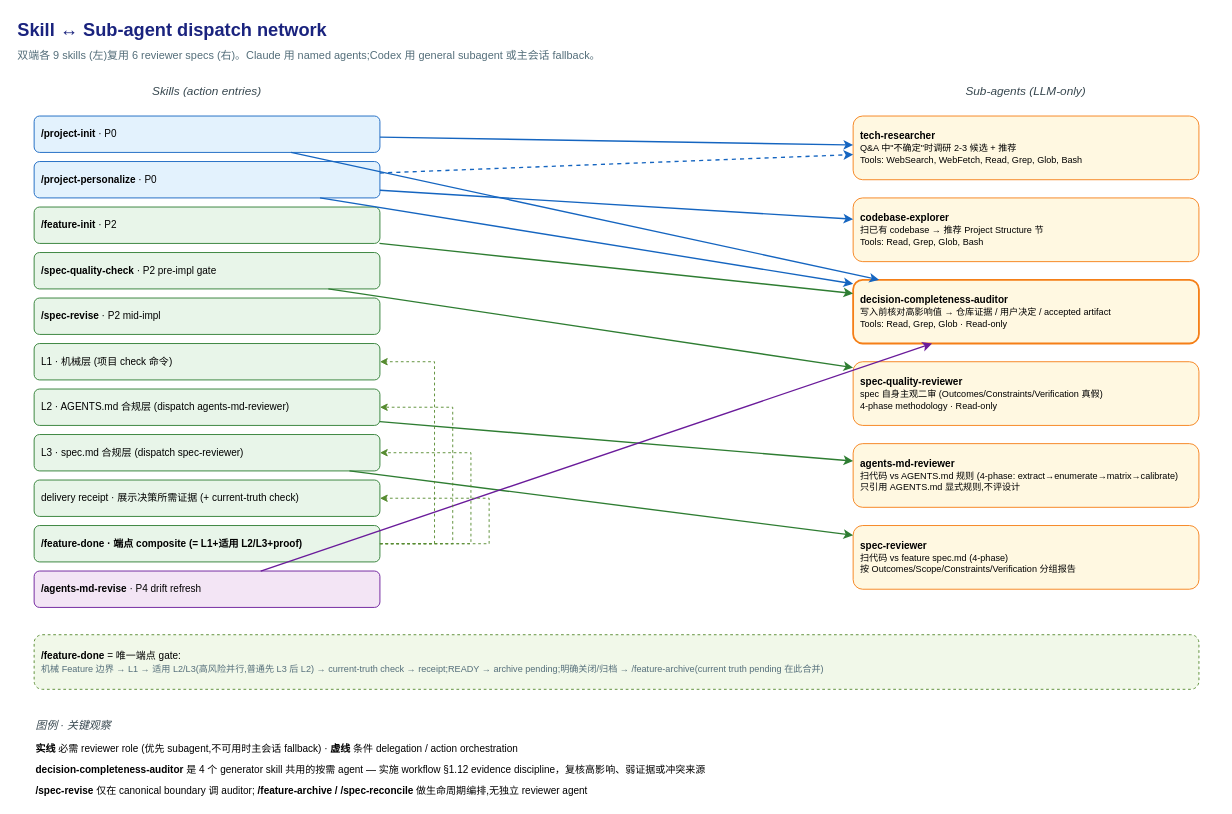
shrekshrek/project-workflow keeps this draw.io diagram as page "Dispatch network (skills ↔ agents)" (2 of 2) of docs/project-workflow-overview.drawio. Above is the earlier version. Source tidied: cells renumbered, new cells numbered last; positions are measured from the earlier drawing's top-left corner, leaving out a move shared by most shapes. Both pictures are drawn from the tidied source at 91%, with x=0, y=0 at pixel (15, 15).
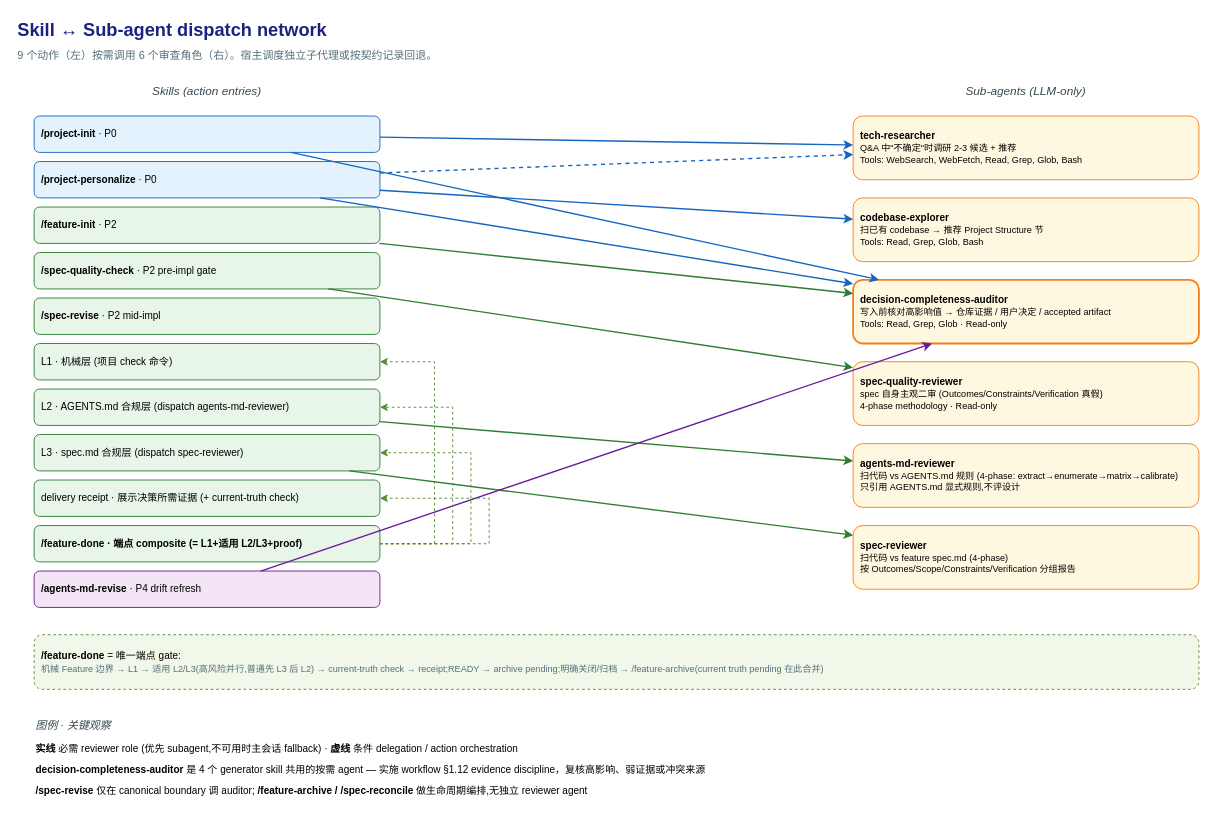
The same diagram, later.

Change to the diagram source:
```diff
@@
-    <mxCell id="3" value="双端各 9 skills (左)复用 6 reviewer specs (右)。Claude 用 named agents;Codex 用 general subagent 或主会话 fallback。" style="text;html=1;strokeColor=none;fillColor=none;align=left;verticalAlign=middle;whiteSpace=wrap;rounded=0;fontSize=12;fontColor=#546E7A;" parent="1" vertex="1">
+    <mxCell id="3" value="9 个动作（左）按需调用 6 个审查角色（右）。宿主调度独立子代理或按契约记录回退。" style="text;html=1;strokeColor=none;fillColor=none;align=left;verticalAlign=middle;whiteSpace=wrap;rounded=0;fontSize=12;fontColor=#546E7A;" parent="1" vertex="1">
       <mxGeometry y="34" width="1320" height="20" as="geometry" />
     </mxCell>
```
